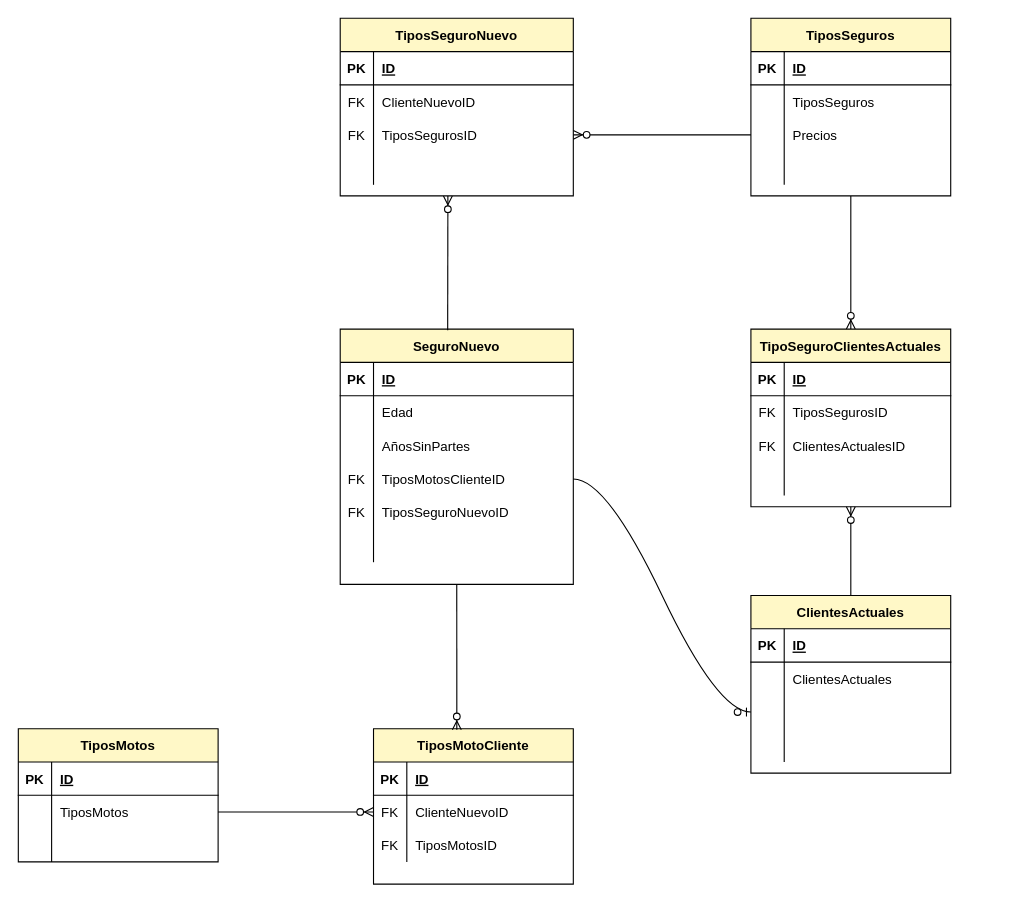
Earlier version of the draw.io diagram EjercicioSeguros.drawio (dawnrock/diagrams). Source tidied: cells renumbered, new cells numbered last; positions are measured from the earlier drawing's top-left corner, leaving out a move shared by most shapes. Both pictures are drawn from the tidied source at 111%, with x=0, y=0 at pixel (18, 18).
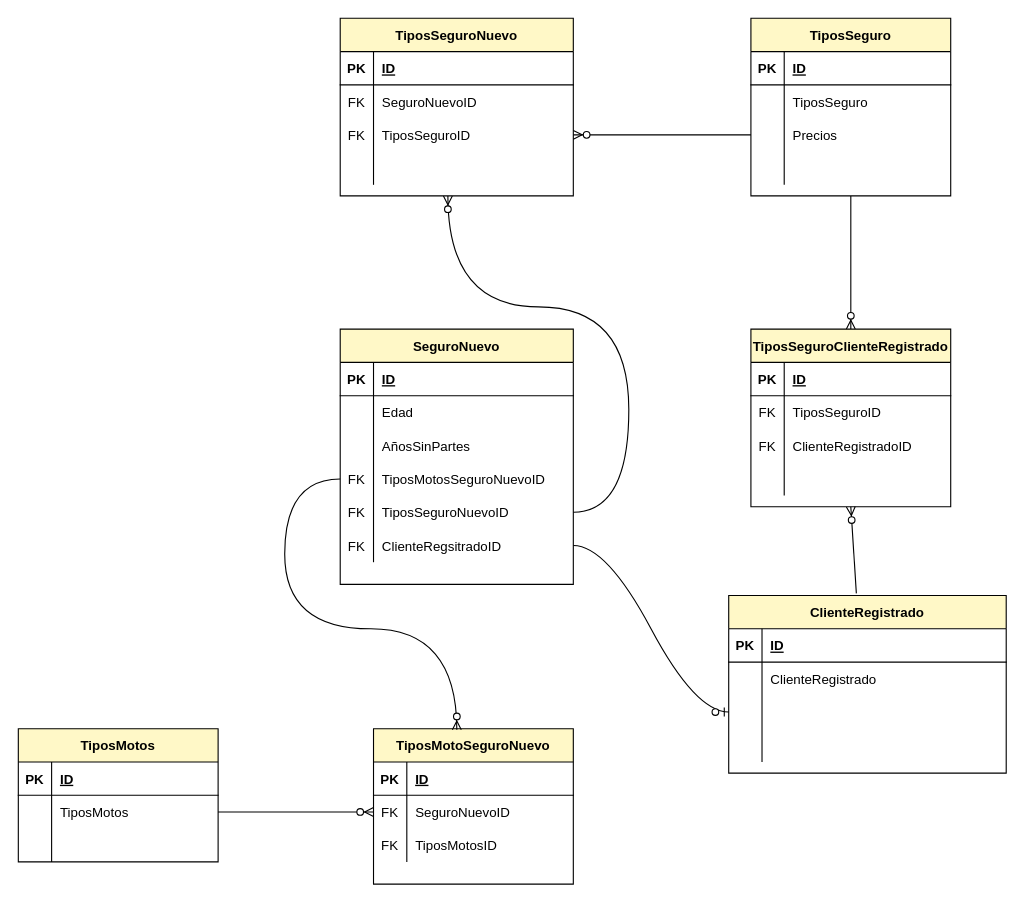
Above is the later version.

Unchanged cells that the change refers to:
```xml
<mxCell id="2" value="SeguroNuevo" style="shape=table;startSize=30;childLayout=tableLayout;rowLines=0;fontStyle=1;align=center;fillColor=#FFF8C7;" parent="1" vertex="1">
  <mxGeometry x="290" y="280" width="210" height="230" as="geometry" />
</mxCell>
<mxCell id="12" style="shape=partialRectangle;fillColor=none;top=0;left=0;bottom=0;right=0;points=[[0,0.5],[1,0.5]];portConstraint=eastwest;" parent="2" vertex="1">
  <mxGeometry y="120" width="210" height="30" as="geometry" />
</mxCell>
<mxCell id="15" style="shape=partialRectangle;fillColor=none;top=0;left=0;bottom=0;right=0;points=[[0,0.5],[1,0.5]];portConstraint=eastwest;" parent="2" vertex="1">
  <mxGeometry y="150" width="210" height="30" as="geometry" />
</mxCell>
<mxCell id="18" style="shape=partialRectangle;fillColor=none;top=0;left=0;bottom=0;right=0;points=[[0,0.5],[1,0.5]];portConstraint=eastwest;" parent="2" vertex="1">
  <mxGeometry y="180" width="210" height="30" as="geometry" />
</mxCell>
<mxCell id="35" style="shape=partialRectangle;fillColor=none;top=0;left=0;bottom=0;right=0;" parent="31" vertex="1">
  <mxGeometry y="60" width="180" height="30" as="geometry" />
</mxCell>
<mxCell id="48" style="shape=partialRectangle;fillColor=none;top=0;left=0;bottom=0;right=0;" parent="44" vertex="1">
  <mxGeometry y="60" width="210" height="30" as="geometry" />
</mxCell>
<mxCell id="51" style="shape=partialRectangle;fillColor=none;top=0;left=0;bottom=0;right=0;points=[[0,0.5],[1,0.5]];portConstraint=eastwest;" parent="44" vertex="1">
  <mxGeometry y="90" width="210" height="30" as="geometry" />
</mxCell>
<mxCell id="63" style="shape=partialRectangle;fillColor=none;top=0;left=0;bottom=0;right=0;points=[[0,0.5],[1,0.5]];portConstraint=eastwest;" parent="59" vertex="1">
  <mxGeometry y="60" width="180" height="30" as="geometry" />
</mxCell>
<mxCell id="88" style="shape=partialRectangle;fillColor=none;top=0;left=0;bottom=0;right=0;" parent="84" vertex="1">
  <mxGeometry y="60" width="180" height="30" as="geometry" />
</mxCell>
<mxCell id="91" style="shape=partialRectangle;fillColor=none;top=0;left=0;bottom=0;right=0;" parent="84" vertex="1">
  <mxGeometry y="90" width="180" height="30" as="geometry" />
</mxCell>
```

The edit, as a diff of the source:
```diff
@@
-    <mxCell id="14" value="TiposMotosClienteID" style="shape=partialRectangle;fillColor=none;top=0;left=0;bottom=0;right=0;align=left;spacingLeft=6;overflow=hidden;" parent="12" vertex="1">
+    <mxCell id="14" value="TiposMotosSeguroNuevoID" style="shape=partialRectangle;fillColor=none;top=0;left=0;bottom=0;right=0;align=left;spacingLeft=6;overflow=hidden;" parent="12" vertex="1">
       <mxGeometry x="30" width="180" height="30" as="geometry" />
     </mxCell>
@@
-    <mxCell id="19" style="shape=partialRectangle;fillColor=none;top=0;left=0;bottom=0;right=0;overflow=hidden;" parent="18" vertex="1">
+    <mxCell id="19" value="FK" style="shape=partialRectangle;fillColor=none;top=0;left=0;bottom=0;right=0;overflow=hidden;" parent="18" vertex="1">
       <mxGeometry width="30" height="30" as="geometry" />
     </mxCell>
-    <mxCell id="20" style="shape=partialRectangle;fillColor=none;top=0;left=0;bottom=0;right=0;align=left;spacingLeft=6;overflow=hidden;" parent="18" vertex="1">
+    <mxCell id="20" value="ClienteRegsitradoID" style="shape=partialRectangle;fillColor=none;top=0;left=0;bottom=0;right=0;align=left;spacingLeft=6;overflow=hidden;" parent="18" vertex="1">
       <mxGeometry x="30" width="180" height="30" as="geometry" />
     </mxCell>
@@
-    <mxCell id="31" value="TiposSeguros" style="shape=table;startSize=30;childLayout=tableLayout;rowLines=0;fontStyle=1;align=center;fillColor=#FFF8C7;" parent="1" vertex="1">
+    <mxCell id="31" value="TiposSeguro" style="shape=table;startSize=30;childLayout=tableLayout;rowLines=0;fontStyle=1;align=center;fillColor=#FFF8C7;" parent="1" vertex="1">
       <mxGeometry x="660" width="180" height="160" as="geometry" />
     </mxCell>
@@
-    <mxCell id="37" value="TiposSeguros" style="shape=partialRectangle;fillColor=none;top=0;left=0;bottom=0;right=0;align=left;spacingLeft=6;overflow=hidden;" parent="35" vertex="1">
+    <mxCell id="37" value="TiposSeguro" style="shape=partialRectangle;fillColor=none;top=0;left=0;bottom=0;right=0;align=left;spacingLeft=6;overflow=hidden;" parent="35" vertex="1">
       <mxGeometry x="30" width="150" height="30" as="geometry" />
     </mxCell>
@@
-    <mxCell id="50" value="ClienteNuevoID" style="shape=partialRectangle;fillColor=none;top=0;left=0;bottom=0;right=0;align=left;spacingLeft=6;overflow=hidden;" parent="48" vertex="1">
+    <mxCell id="50" value="SeguroNuevoID" style="shape=partialRectangle;fillColor=none;top=0;left=0;bottom=0;right=0;align=left;spacingLeft=6;overflow=hidden;" parent="48" vertex="1">
       <mxGeometry x="30" width="180" height="30" as="geometry" />
     </mxCell>
@@
-    <mxCell id="53" value="TiposSegurosID" style="shape=partialRectangle;fillColor=none;top=0;left=0;bottom=0;right=0;align=left;spacingLeft=6;overflow=hidden;" parent="51" vertex="1">
+    <mxCell id="53" value="TiposSeguroID" style="shape=partialRectangle;fillColor=none;top=0;left=0;bottom=0;right=0;align=left;spacingLeft=6;overflow=hidden;" parent="51" vertex="1">
       <mxGeometry x="30" width="180" height="30" as="geometry" />
     </mxCell>
@@
-    <mxCell id="58" style="fontSize=12;html=1;endArrow=ERzeroToMany;endFill=1;rounded=0;exitX=0.461;exitY=0.004;exitDx=0;exitDy=0;exitPerimeter=0;" parent="1" edge="1" source="2">
+    <mxCell id="58" style="fontSize=12;html=1;endArrow=ERzeroToMany;endFill=1;rounded=0;exitX=1;exitY=0.5;exitDx=0;exitDy=0;edgeStyle=orthogonalEdgeStyle;curved=1;" parent="1" edge="1" source="15">
       <mxGeometry relative="1" as="geometry">
         <mxPoint x="387" y="160" as="targetPoint" />
+        <Array as="points">
+          <mxPoint x="550" y="445" />
+          <mxPoint x="550" y="260" />
+          <mxPoint x="387" y="260" />
+        </Array>
       </mxGeometry>
     </mxCell>
-    <mxCell id="59" value="TiposMotoCliente" style="shape=table;startSize=30;childLayout=tableLayout;rowLines=0;fontStyle=1;align=center;fillColor=#FFF8C7;" parent="1" vertex="1">
+    <mxCell id="59" value="TiposMotoSeguroNuevo" style="shape=table;startSize=30;childLayout=tableLayout;rowLines=0;fontStyle=1;align=center;fillColor=#FFF8C7;" parent="1" vertex="1">
       <mxGeometry x="320" y="640" width="180" height="140" as="geometry" />
     </mxCell>
@@
-    <mxCell id="65" value="ClienteNuevoID" style="shape=partialRectangle;fillColor=none;top=0;left=0;bottom=0;right=0;align=left;spacingLeft=6;overflow=hidden;" parent="63" vertex="1">
+    <mxCell id="65" value="SeguroNuevoID" style="shape=partialRectangle;fillColor=none;top=0;left=0;bottom=0;right=0;align=left;spacingLeft=6;overflow=hidden;" parent="63" vertex="1">
       <mxGeometry x="30" width="150" height="30" as="geometry" />
     </mxCell>
@@
-    <mxCell id="70" style="fontSize=12;html=1;endArrow=ERzeroToMany;endFill=1;rounded=0;exitX=0.5;exitY=1;exitDx=0;exitDy=0;entryX=0.417;entryY=0.007;entryDx=0;entryDy=0;entryPerimeter=0;" parent="1" edge="1" source="2" target="59">
-      <mxGeometry relative="1" as="geometry" />
+    <mxCell id="70" style="fontSize=12;html=1;endArrow=ERzeroToMany;endFill=1;rounded=0;exitX=0;exitY=0.5;exitDx=0;exitDy=0;entryX=0.417;entryY=0.007;entryDx=0;entryDy=0;entryPerimeter=0;edgeStyle=orthogonalEdgeStyle;curved=1;" parent="1" edge="1" source="12" target="59">
+      <mxGeometry relative="1" as="geometry">
+        <Array as="points">
+          <mxPoint x="240" y="415" />
+          <mxPoint x="240" y="550" />
+          <mxPoint x="395" y="550" />
+        </Array>
+      </mxGeometry>
     </mxCell>
-    <mxCell id="71" value="ClientesActuales" style="shape=table;startSize=30;childLayout=tableLayout;rowLines=0;fontStyle=1;align=center;fillColor=#FFF8C7;" parent="1" vertex="1">
-      <mxGeometry x="660" y="520" width="180" height="160" as="geometry" />
+    <mxCell id="71" value="ClienteRegistrado" style="shape=table;startSize=30;childLayout=tableLayout;rowLines=0;fontStyle=1;align=center;fillColor=#FFF8C7;" parent="1" vertex="1">
+      <mxGeometry x="640" y="520" width="250" height="160" as="geometry" />
     </mxCell>
     <mxCell id="72" style="shape=partialRectangle;fillColor=none;top=0;left=0;bottom=1;right=0;" parent="71" vertex="1">
-      <mxGeometry y="30" width="180" height="30" as="geometry" />
+      <mxGeometry y="30" width="250" height="30" as="geometry" />
     </mxCell>
@@
     <mxCell id="74" value="ID" style="shape=partialRectangle;fillColor=none;top=0;left=0;bottom=0;right=0;align=left;spacingLeft=6;fontStyle=5;overflow=hidden;" parent="72" vertex="1">
-      <mxGeometry x="30" width="150" height="30" as="geometry" />
+      <mxGeometry x="30" width="220" height="30" as="geometry" />
     </mxCell>
     <mxCell id="75" style="shape=partialRectangle;fillColor=none;top=0;left=0;bottom=0;right=0;" parent="71" vertex="1">
-      <mxGeometry y="60" width="180" height="30" as="geometry" />
+      <mxGeometry y="60" width="250" height="30" as="geometry" />
     </mxCell>
@@
-    <mxCell id="77" value="ClientesActuales" style="shape=partialRectangle;fillColor=none;top=0;left=0;bottom=0;right=0;align=left;spacingLeft=6;overflow=hidden;" parent="75" vertex="1">
-      <mxGeometry x="30" width="150" height="30" as="geometry" />
+    <mxCell id="77" value="ClienteRegistrado" style="shape=partialRectangle;fillColor=none;top=0;left=0;bottom=0;right=0;align=left;spacingLeft=6;overflow=hidden;" parent="75" vertex="1">
+      <mxGeometry x="30" width="220" height="30" as="geometry" />
     </mxCell>
     <mxCell id="78" style="shape=partialRectangle;fillColor=none;top=0;left=0;bottom=0;right=0;points=[[0,0.5],[1,0.5]];portConstraint=eastwest;" parent="71" vertex="1">
-      <mxGeometry y="90" width="180" height="30" as="geometry" />
+      <mxGeometry y="90" width="250" height="30" as="geometry" />
     </mxCell>
@@
     <mxCell id="80" style="shape=partialRectangle;fillColor=none;top=0;left=0;bottom=0;right=0;align=left;spacingLeft=6;overflow=hidden;" parent="78" vertex="1">
-      <mxGeometry x="30" width="150" height="30" as="geometry" />
+      <mxGeometry x="30" width="220" height="30" as="geometry" />
     </mxCell>
     <mxCell id="81" style="shape=partialRectangle;fillColor=none;top=0;left=0;bottom=0;right=0;" parent="71" vertex="1">
-      <mxGeometry y="120" width="180" height="30" as="geometry" />
+      <mxGeometry y="120" width="250" height="30" as="geometry" />
     </mxCell>
@@
     <mxCell id="83" style="shape=partialRectangle;fillColor=none;top=0;left=0;bottom=0;right=0;align=left;spacingLeft=6;overflow=hidden;" parent="81" vertex="1">
-      <mxGeometry x="30" width="150" height="30" as="geometry" />
+      <mxGeometry x="30" width="220" height="30" as="geometry" />
     </mxCell>
-    <mxCell id="84" value="TipoSeguroClientesActuales" style="shape=table;startSize=30;childLayout=tableLayout;rowLines=0;fontStyle=1;align=center;fillColor=#FFF8C7;" parent="1" vertex="1">
+    <mxCell id="84" value="TiposSeguroClienteRegistrado" style="shape=table;startSize=30;childLayout=tableLayout;rowLines=0;fontStyle=1;align=center;fillColor=#FFF8C7;" parent="1" vertex="1">
       <mxGeometry x="660" y="280" width="180" height="160" as="geometry" />
     </mxCell>
@@
-    <mxCell id="90" value="TiposSegurosID" style="shape=partialRectangle;fillColor=none;top=0;left=0;bottom=0;right=0;align=left;spacingLeft=6;overflow=hidden;" parent="88" vertex="1">
+    <mxCell id="90" value="TiposSeguroID" style="shape=partialRectangle;fillColor=none;top=0;left=0;bottom=0;right=0;align=left;spacingLeft=6;overflow=hidden;" parent="88" vertex="1">
       <mxGeometry x="30" width="150" height="30" as="geometry" />
     </mxCell>
@@
-    <mxCell id="93" value="ClientesActualesID" style="shape=partialRectangle;fillColor=none;top=0;left=0;bottom=0;right=0;align=left;spacingLeft=6;overflow=hidden;" parent="91" vertex="1">
+    <mxCell id="93" value="ClienteRegistradoID" style="shape=partialRectangle;fillColor=none;top=0;left=0;bottom=0;right=0;align=left;spacingLeft=6;overflow=hidden;" parent="91" vertex="1">
       <mxGeometry x="30" width="150" height="30" as="geometry" />
     </mxCell>
@@
-    <mxCell id="98" style="fontSize=12;html=1;endArrow=ERzeroToMany;endFill=1;rounded=0;exitX=0.5;exitY=0;exitDx=0;exitDy=0;entryX=0.5;entryY=1;entryDx=0;entryDy=0;" parent="1" edge="1" source="71" target="84">
+    <mxCell id="98" style="fontSize=12;html=1;endArrow=ERzeroToMany;endFill=1;rounded=0;exitX=0.46;exitY=-0.012;exitDx=0;exitDy=0;entryX=0.5;entryY=1;entryDx=0;entryDy=0;exitPerimeter=0;" parent="1" edge="1" source="71" target="84">
       <mxGeometry relative="1" as="geometry" />
     </mxCell>
-    <mxCell id="99" style="edgeStyle=entityRelationEdgeStyle;fontSize=12;html=1;endArrow=ERzeroToOne;endFill=1;rounded=0;curved=1;" parent="1" edge="1" source="12" target="78">
+    <mxCell id="99" style="edgeStyle=entityRelationEdgeStyle;fontSize=12;html=1;endArrow=ERzeroToOne;endFill=1;rounded=0;curved=1;exitX=1;exitY=0.5;exitDx=0;exitDy=0;" parent="1" edge="1" source="18" target="78">
       <mxGeometry relative="1" as="geometry" />
     </mxCell>
```
